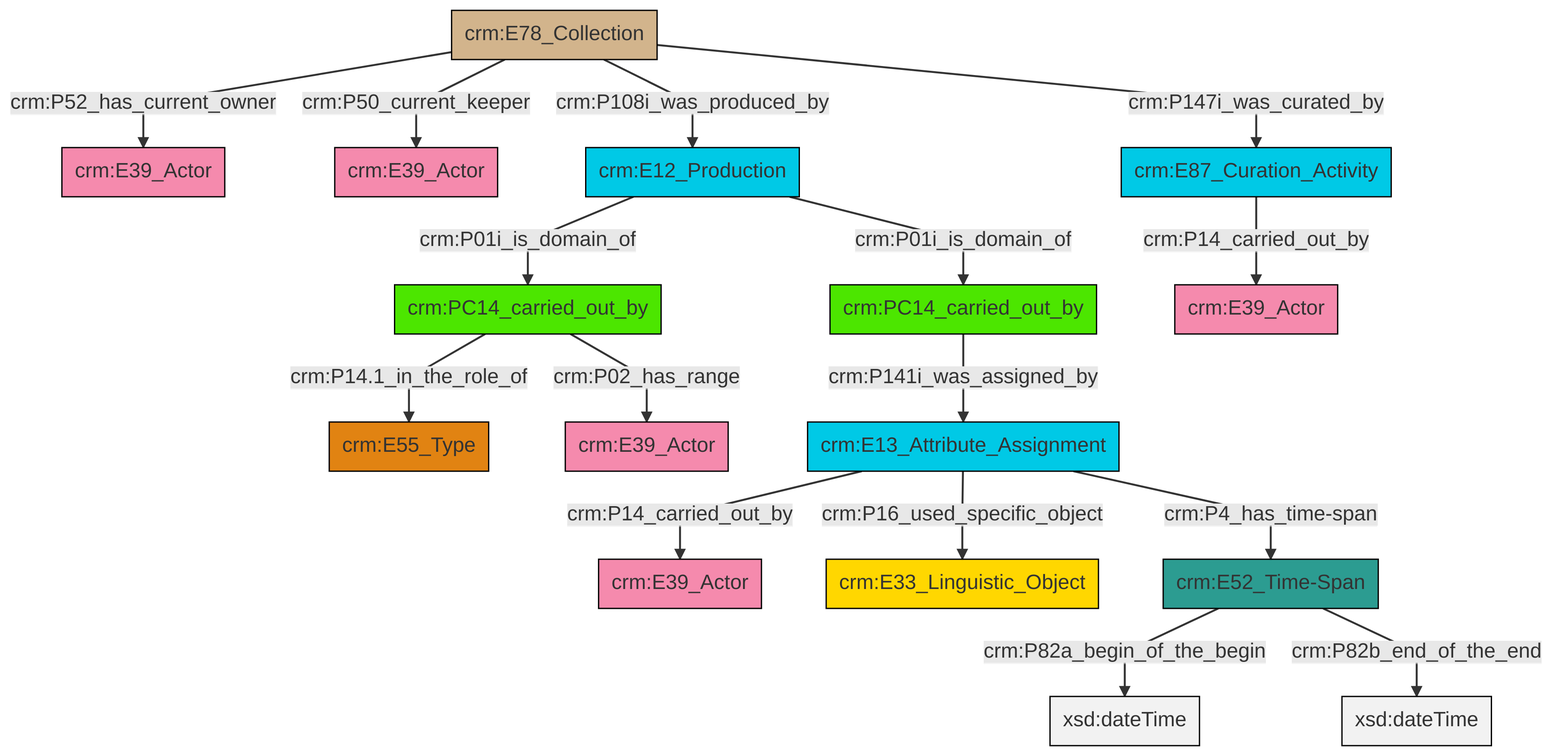
The Mermaid diagram et/archivalCSV/ttl/mmd/png/archival_relation.png in swiss-art-research-net/docs.swissartresearch, before a commit. Its source is kept beside it as et/archivalCSV/ttl/mmd/archival_relation.ttl.mmd.
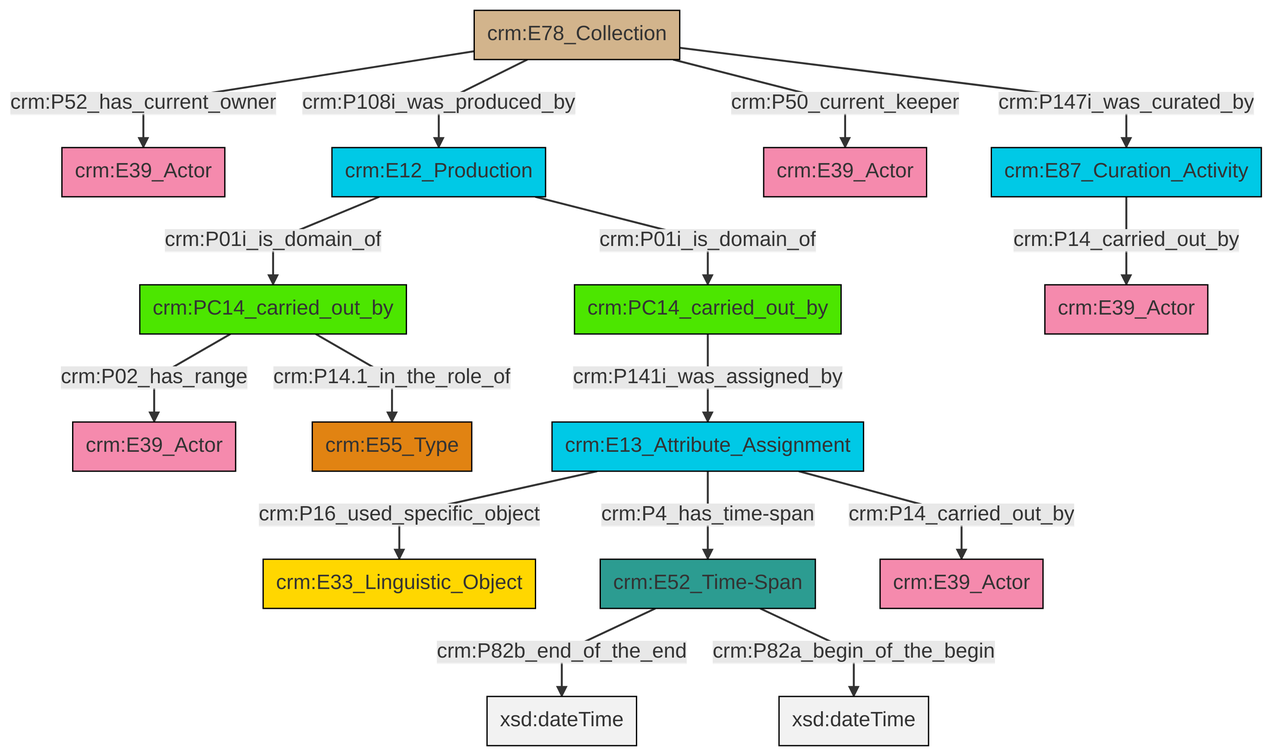
After the commit.

Change to the diagram source:
```diff
@@ -13,18 +13,18 @@
 classDef PC_Classes fill:#4ce600, stroke:#000000;
 classDef Multi fill:#cccccc,stroke:#000000;
 
-4["crm:PC14_carried_out_by"]:::PC_Classes -->|crm:P14.1_in_the_role_of| 5["crm:E55_Type"]:::Type
-2["crm:E87_Curation_Activity"]:::Temporal_Entity -->|crm:P14_carried_out_by| 6["crm:E39_Actor"]:::Actor
-0["crm:E13_Attribute_Assignment"]:::Temporal_Entity -->|crm:P14_carried_out_by| 9["crm:E39_Actor"]:::Actor
-10["crm:E52_Time-Span"]:::Time-Span -->|crm:P82a_begin_of_the_begin| 11[xsd:dateTime]:::Literal
-12["crm:E78_Collection"]:::Physical_Thing -->|crm:P52_has_current_owner| 7["crm:E39_Actor"]:::Actor
-0["crm:E13_Attribute_Assignment"]:::Temporal_Entity -->|crm:P16_used_specific_object| 13["crm:E33_Linguistic_Object"]:::Conceptual_Object
-4["crm:PC14_carried_out_by"]:::PC_Classes -->|crm:P02_has_range| 19["crm:E39_Actor"]:::Actor
-15["crm:E12_Production"]:::Temporal_Entity -->|crm:P01i_is_domain_of| 4["crm:PC14_carried_out_by"]:::PC_Classes
-17["crm:PC14_carried_out_by"]:::PC_Classes -->|crm:P141i_was_assigned_by| 0["crm:E13_Attribute_Assignment"]:::Temporal_Entity
-12["crm:E78_Collection"]:::Physical_Thing -->|crm:P50_current_keeper| 23["crm:E39_Actor"]:::Actor
-0["crm:E13_Attribute_Assignment"]:::Temporal_Entity -->|crm:P4_has_time-span| 10["crm:E52_Time-Span"]:::Time-Span
-15["crm:E12_Production"]:::Temporal_Entity -->|crm:P01i_is_domain_of| 17["crm:PC14_carried_out_by"]:::PC_Classes
-12["crm:E78_Collection"]:::Physical_Thing -->|crm:P108i_was_produced_by| 15["crm:E12_Production"]:::Temporal_Entity
-12["crm:E78_Collection"]:::Physical_Thing -->|crm:P147i_was_curated_by| 2["crm:E87_Curation_Activity"]:::Temporal_Entity
-10["crm:E52_Time-Span"]:::Time-Span -->|crm:P82b_end_of_the_end| 28[xsd:dateTime]:::Literal
+4["crm:E52_Time-Span"]:::Time-Span -->|crm:P82b_end_of_the_end| 5[xsd:dateTime]:::Literal
+6["crm:E13_Attribute_Assignment"]:::Temporal_Entity -->|crm:P16_used_specific_object| 7["crm:E33_Linguistic_Object"]:::Conceptual_Object
+0["crm:E12_Production"]:::Temporal_Entity -->|crm:P01i_is_domain_of| 8["crm:PC14_carried_out_by"]:::PC_Classes
+8["crm:PC14_carried_out_by"]:::PC_Classes -->|crm:P02_has_range| 9["crm:E39_Actor"]:::Actor
+11["crm:E78_Collection"]:::Physical_Thing -->|crm:P52_has_current_owner| 12["crm:E39_Actor"]:::Actor
+11["crm:E78_Collection"]:::Physical_Thing -->|crm:P108i_was_produced_by| 0["crm:E12_Production"]:::Temporal_Entity
+11["crm:E78_Collection"]:::Physical_Thing -->|crm:P50_current_keeper| 14["crm:E39_Actor"]:::Actor
+0["crm:E12_Production"]:::Temporal_Entity -->|crm:P01i_is_domain_of| 15["crm:PC14_carried_out_by"]:::PC_Classes
+4["crm:E52_Time-Span"]:::Time-Span -->|crm:P82a_begin_of_the_begin| 16[xsd:dateTime]:::Literal
+6["crm:E13_Attribute_Assignment"]:::Temporal_Entity -->|crm:P4_has_time-span| 4["crm:E52_Time-Span"]:::Time-Span
+22["crm:E87_Curation_Activity"]:::Temporal_Entity -->|crm:P14_carried_out_by| 25["crm:E39_Actor"]:::Actor
+8["crm:PC14_carried_out_by"]:::PC_Classes -->|crm:P14.1_in_the_role_of| 2["crm:E55_Type"]:::Type
+11["crm:E78_Collection"]:::Physical_Thing -->|crm:P147i_was_curated_by| 22["crm:E87_Curation_Activity"]:::Temporal_Entity
+6["crm:E13_Attribute_Assignment"]:::Temporal_Entity -->|crm:P14_carried_out_by| 17["crm:E39_Actor"]:::Actor
+15["crm:PC14_carried_out_by"]:::PC_Classes -->|crm:P141i_was_assigned_by| 6["crm:E13_Attribute_Assignment"]:::Temporal_Entity
```
